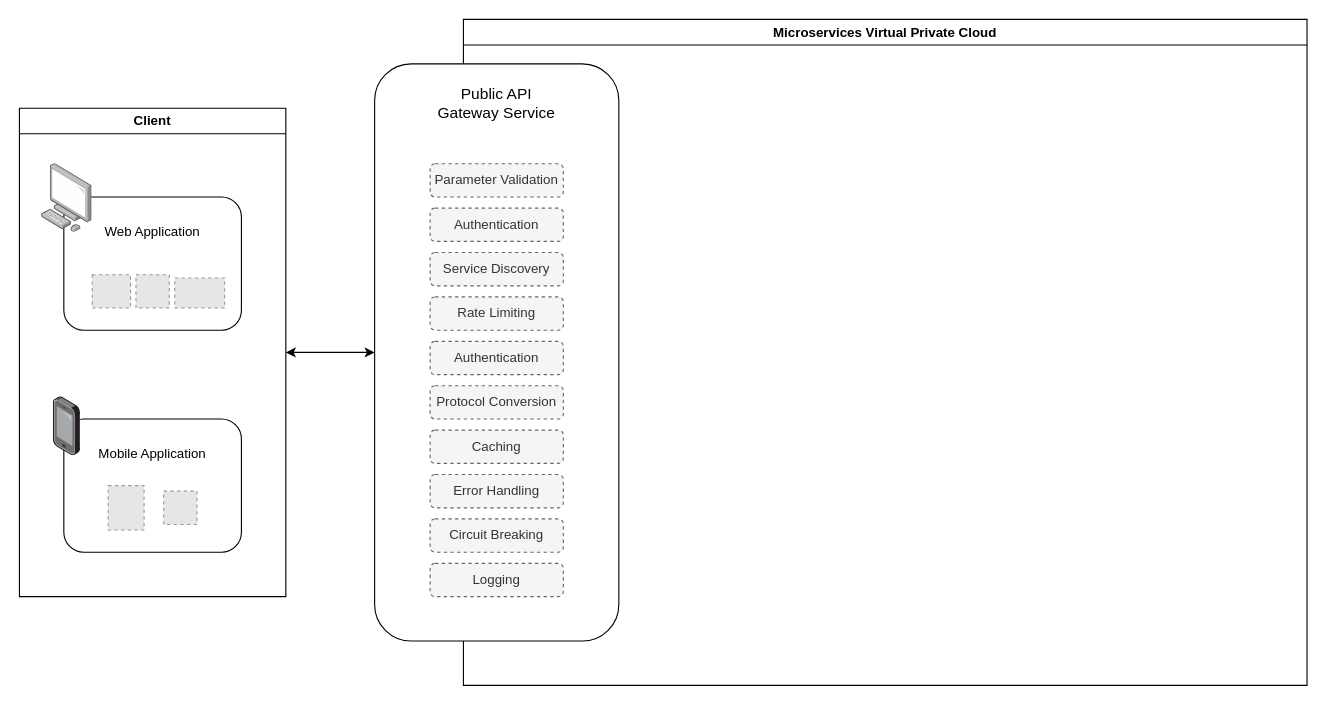
Before: architecture.drawio in WardZid/AudioWave, a draw.io diagram. Source tidied: cells renumbered, new cells numbered last; positions are measured from the earlier drawing's top-left corner, leaving out a move shared by most shapes. Both pictures are drawn from the tidied source at 111%, with x=0, y=0 at pixel (19, 19). Pictures stored in the file or linked from it are replaced by grey dashed boxes.
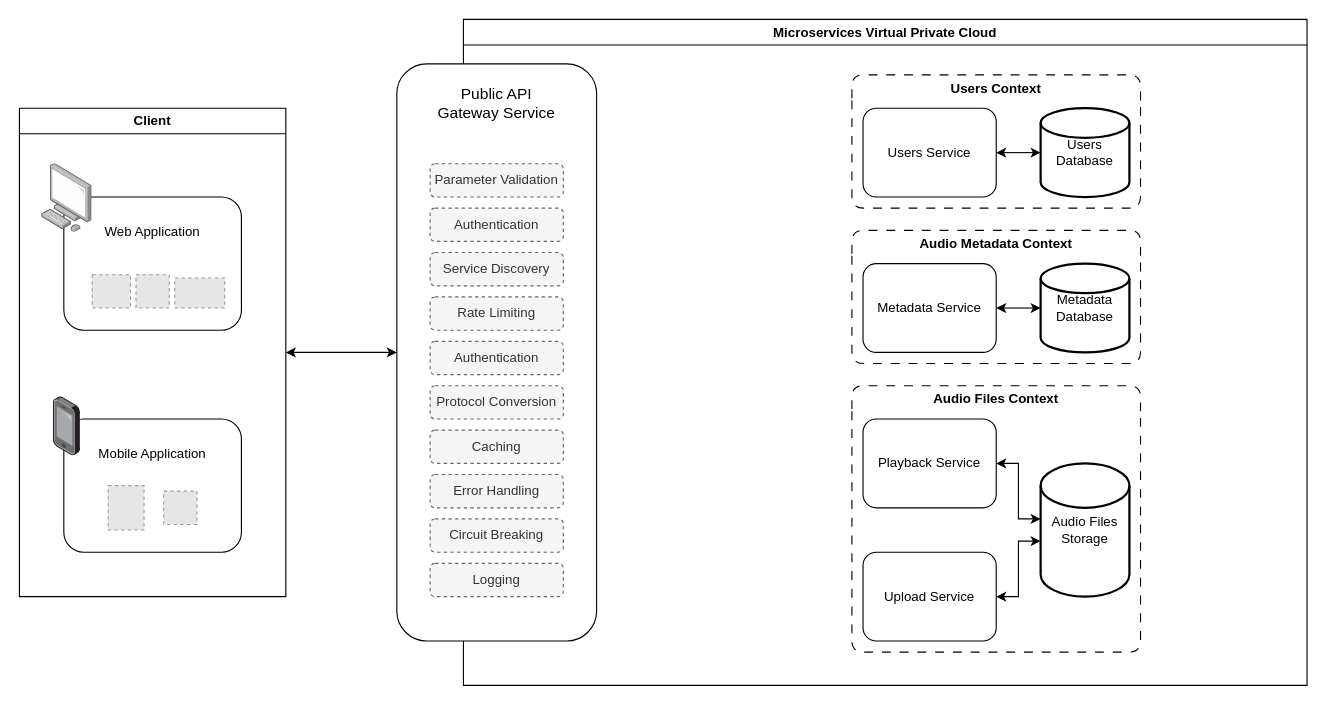
The same page after the edit.

Change to the diagram source:
```diff
@@
-    <mxCell id="12" value="Microservices Virtual Private Cloud" style="swimlane;whiteSpace=wrap;html=1;" parent="1" vertex="1">
+    <mxCell id="12" value="Microservices Virtual Private Cloud" style="swimlane;whiteSpace=wrap;html=1;rounded=0;" parent="1" vertex="1">
       <mxGeometry x="400" width="760" height="600" as="geometry" />
     </mxCell>
     <mxCell id="13" style="rounded=1;whiteSpace=wrap;html=1;" parent="12" vertex="1">
-      <mxGeometry x="-80" y="40" width="220" height="520" as="geometry" />
+      <mxGeometry x="-60" y="40" width="180" height="520" as="geometry" />
     </mxCell>
@@
+    <mxCell id="26" value="Users Context" style="swimlane;rounded=1;swimlaneLine=0;fillColor=none;dashed=1;dashPattern=8 8;" parent="12" vertex="1">
+      <mxGeometry x="350" y="50" width="260" height="120" as="geometry" />
+    </mxCell>
+    <mxCell id="27" value="Users Database" style="strokeWidth=2;html=1;shape=mxgraph.flowchart.database;whiteSpace=wrap;" parent="26" vertex="1">
+      <mxGeometry x="170" y="30" width="80" height="80" as="geometry" />
+    </mxCell>
+    <mxCell id="28" value="Users Service" style="rounded=1;whiteSpace=wrap;html=1;" parent="26" vertex="1">
+      <mxGeometry x="10" y="30" width="120" height="80" as="geometry" />
+    </mxCell>
+    <mxCell id="29" style="endArrow=classic;startArrow=classic;html=1;rounded=0;exitX=1;exitY=0.5;exitDx=0;exitDy=0;entryX=0;entryY=0.5;entryDx=0;entryDy=0;entryPerimeter=0;" parent="26" edge="1" source="28" target="27">
+      <mxGeometry relative="1" as="geometry" />
+    </mxCell>
+    <mxCell id="30" value="Audio Metadata Context" style="swimlane;rounded=1;swimlaneLine=0;fillColor=none;dashed=1;dashPattern=8 8;" parent="12" vertex="1">
+      <mxGeometry x="350" y="190" width="260" height="120" as="geometry" />
+    </mxCell>
+    <mxCell id="31" value="Metadata Service" style="rounded=1;whiteSpace=wrap;html=1;" parent="30" vertex="1">
+      <mxGeometry x="10" y="30" width="120" height="80" as="geometry" />
+    </mxCell>
+    <mxCell id="32" value="Metadata Database" style="strokeWidth=2;html=1;shape=mxgraph.flowchart.database;whiteSpace=wrap;" parent="30" vertex="1">
+      <mxGeometry x="170" y="30" width="80" height="80" as="geometry" />
+    </mxCell>
+    <mxCell id="33" style="endArrow=classic;startArrow=classic;html=1;rounded=0;entryX=0;entryY=0.5;entryDx=0;entryDy=0;entryPerimeter=0;exitX=1;exitY=0.5;exitDx=0;exitDy=0;" parent="30" edge="1" source="31" target="32">
+      <mxGeometry relative="1" as="geometry" />
+    </mxCell>
+    <mxCell id="34" value="Audio Files Context" style="swimlane;rounded=1;swimlaneLine=0;fillColor=none;dashed=1;dashPattern=8 8;" parent="12" vertex="1">
+      <mxGeometry x="350" y="330" width="260" height="240" as="geometry" />
+    </mxCell>
+    <mxCell id="35" value="Playback Service" style="rounded=1;whiteSpace=wrap;html=1;" parent="34" vertex="1">
+      <mxGeometry x="10" y="30" width="120" height="80" as="geometry" />
+    </mxCell>
+    <mxCell id="36" value="Upload Service" style="rounded=1;whiteSpace=wrap;html=1;" parent="34" vertex="1">
+      <mxGeometry x="10" y="150" width="120" height="80" as="geometry" />
+    </mxCell>
+    <mxCell id="37" style="endArrow=classic;startArrow=classic;html=1;rounded=0;exitX=1;exitY=0.5;exitDx=0;exitDy=0;edgeStyle=orthogonalEdgeStyle;" parent="34" edge="1" source="36" target="39">
+      <mxGeometry relative="1" as="geometry">
+        <Array as="points">
+          <mxPoint x="150" y="190" />
+          <mxPoint x="150" y="140" />
+        </Array>
+      </mxGeometry>
+    </mxCell>
+    <mxCell id="38" style="endArrow=classic;startArrow=classic;html=1;rounded=0;exitX=1;exitY=0.5;exitDx=0;exitDy=0;edgeStyle=orthogonalEdgeStyle;" parent="34" edge="1" source="35" target="39">
+      <mxGeometry relative="1" as="geometry">
+        <Array as="points">
+          <mxPoint x="150" y="70" />
+          <mxPoint x="150" y="120" />
+        </Array>
+      </mxGeometry>
+    </mxCell>
+    <mxCell id="39" value="Audio Files Storage" style="strokeWidth=2;html=1;shape=mxgraph.flowchart.database;whiteSpace=wrap;" parent="34" vertex="1">
+      <mxGeometry x="170" y="70" width="80" height="120" as="geometry" />
+    </mxCell>
```
